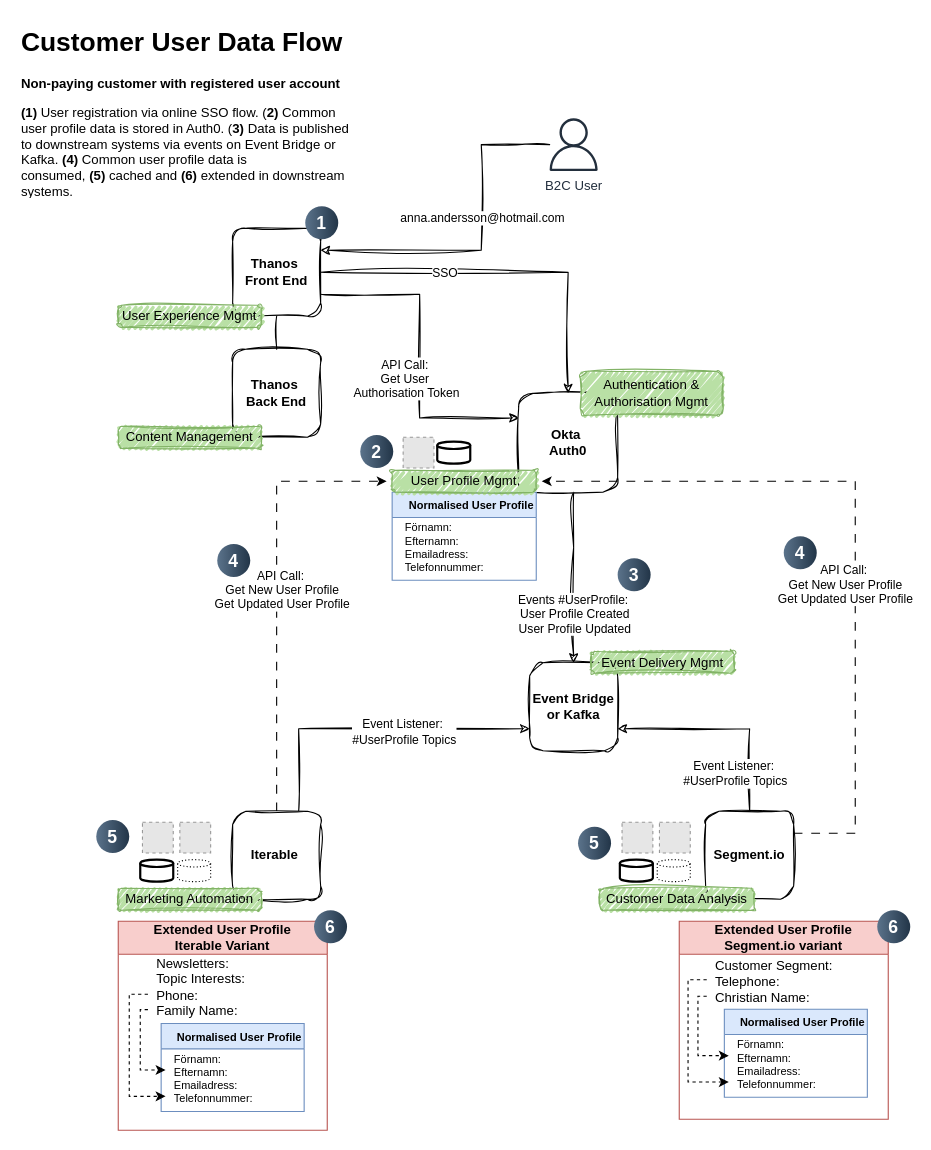
Earlier version of the draw.io diagram page "Non-paying customers" (1 of 2) of Customer user data flow - to-be scenario.drawio (SLM-Development/diagrams). Source tidied: cells renumbered, new cells numbered last; positions are measured from the earlier drawing's top-left corner, leaving out a move shared by most shapes. Both pictures are drawn from the tidied source at 110%, with x=0, y=0 at pixel (19, 19). Pictures stored in the file or linked from it are replaced by grey dashed boxes.
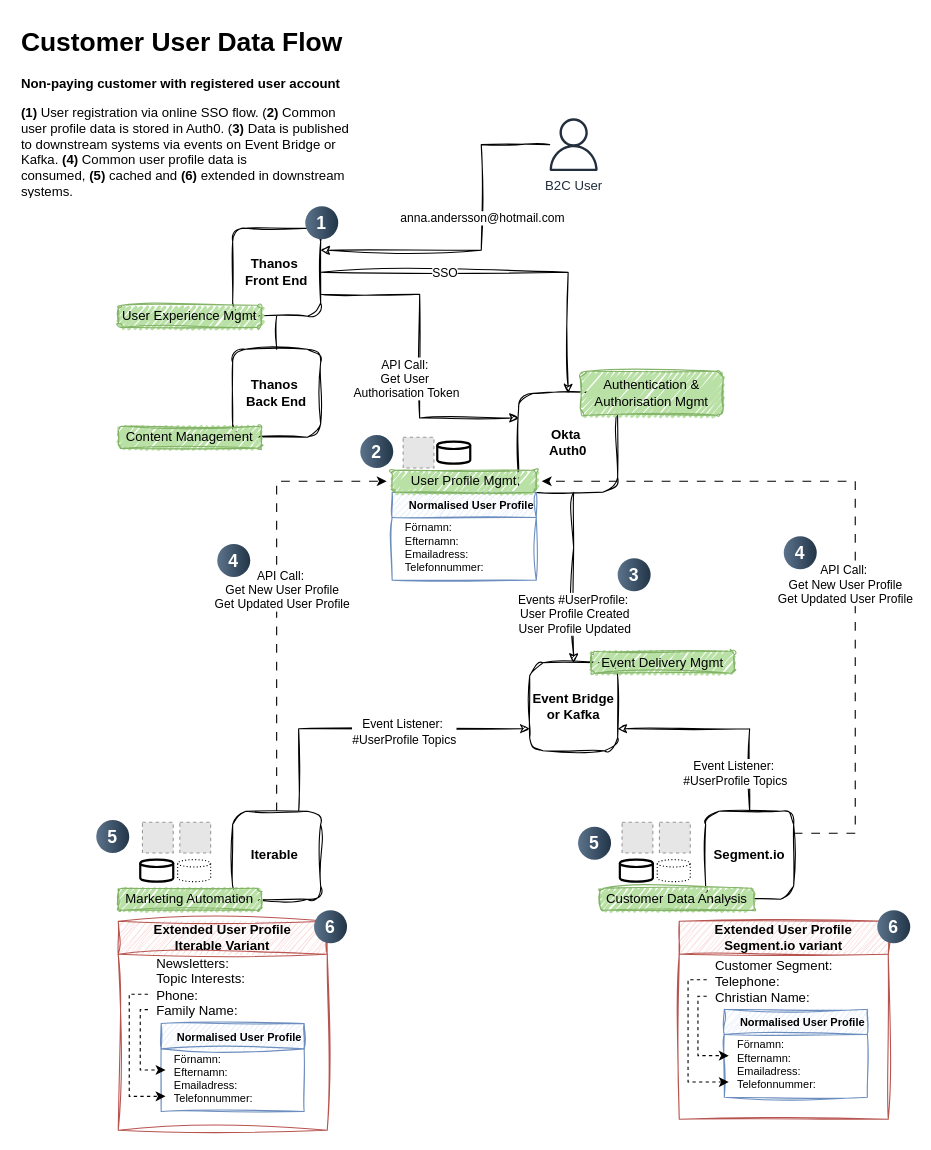
After the change.

Diff of the diagram source:
```diff
@@
-    <mxCell id="26" value="Normalised User Profile" style="swimlane;whiteSpace=wrap;html=1;fillColor=#dae8fc;strokeColor=#6c8ebf;fontSize=10;align=right;" parent="1" vertex="1">
+    <mxCell id="26" value="Normalised User Profile" style="swimlane;whiteSpace=wrap;html=1;fillColor=#dae8fc;strokeColor=#6c8ebf;fontSize=10;align=right;rounded=0;sketch=1;curveFitting=1;jiggle=2;" parent="1" vertex="1">
       <mxGeometry x="339" y="430" width="131" height="80" as="geometry" />
     </mxCell>
-    <mxCell id="27" value="Förnamn:&lt;div&gt;Efternamn:&lt;/div&gt;&lt;div&gt;Emailadress:&lt;/div&gt;&lt;div&gt;Telefonnummer:&lt;/div&gt;" style="text;html=1;align=left;verticalAlign=middle;strokeColor=none;fillColor=none;fontSize=10;" parent="26" vertex="1">
+    <mxCell id="27" value="Förnamn:&lt;div&gt;Efternamn:&lt;/div&gt;&lt;div&gt;Emailadress:&lt;/div&gt;&lt;div&gt;Telefonnummer:&lt;/div&gt;" style="text;html=1;align=left;verticalAlign=middle;strokeColor=none;fillColor=none;fontSize=10;sketch=1;curveFitting=1;jiggle=2;" parent="26" vertex="1">
       <mxGeometry x="10" y="20" width="100" height="60" as="geometry" />
     </mxCell>
-    <mxCell id="28" value="Extended User Profile&lt;div&gt;Segment.io variant&lt;/div&gt;" style="swimlane;whiteSpace=wrap;html=1;fillColor=#f8cecc;strokeColor=#b85450;startSize=30;" parent="1" vertex="1">
+    <mxCell id="28" value="Extended User Profile&lt;div&gt;Segment.io variant&lt;/div&gt;" style="swimlane;whiteSpace=wrap;html=1;fillColor=#f8cecc;strokeColor=#b85450;startSize=30;sketch=1;curveFitting=1;jiggle=2;rounded=0;" parent="1" vertex="1">
       <mxGeometry x="600" y="820" width="190" height="180" as="geometry" />
     </mxCell>
@@
-    <mxCell id="30" value="Normalised User Profile" style="swimlane;whiteSpace=wrap;html=1;fillColor=#dae8fc;strokeColor=#6c8ebf;fontSize=10;align=right;" parent="28" vertex="1">
+    <mxCell id="30" value="Normalised User Profile" style="swimlane;whiteSpace=wrap;html=1;fillColor=#dae8fc;strokeColor=#6c8ebf;fontSize=10;align=right;sketch=1;curveFitting=1;jiggle=2;rounded=0;" parent="28" vertex="1">
       <mxGeometry x="41" y="80" width="130" height="80" as="geometry" />
     </mxCell>
@@
-    <mxCell id="34" value="Extended User Profile&lt;div style=&quot;font-size: 12px;&quot;&gt;Iterable Variant&lt;/div&gt;" style="swimlane;whiteSpace=wrap;html=1;fillColor=#f8cecc;strokeColor=#b85450;startSize=30;fontSize=12;" parent="1" vertex="1">
+    <mxCell id="34" value="Extended User Profile&lt;div style=&quot;font-size: 12px;&quot;&gt;Iterable Variant&lt;/div&gt;" style="swimlane;whiteSpace=wrap;html=1;fillColor=#f8cecc;strokeColor=#b85450;startSize=30;fontSize=12;sketch=1;curveFitting=1;jiggle=2;" parent="1" vertex="1">
       <mxGeometry x="90" y="820" width="190" height="190" as="geometry" />
     </mxCell>
@@
-    <mxCell id="36" value="Normalised User Profile" style="swimlane;whiteSpace=wrap;html=1;fillColor=#dae8fc;strokeColor=#6c8ebf;fontSize=10;align=right;" parent="34" vertex="1">
+    <mxCell id="36" value="Normalised User Profile" style="swimlane;whiteSpace=wrap;html=1;fillColor=#dae8fc;strokeColor=#6c8ebf;fontSize=10;align=right;sketch=1;curveFitting=1;jiggle=2;" parent="34" vertex="1">
       <mxGeometry x="39" y="93" width="130" height="80" as="geometry" />
     </mxCell>
```
